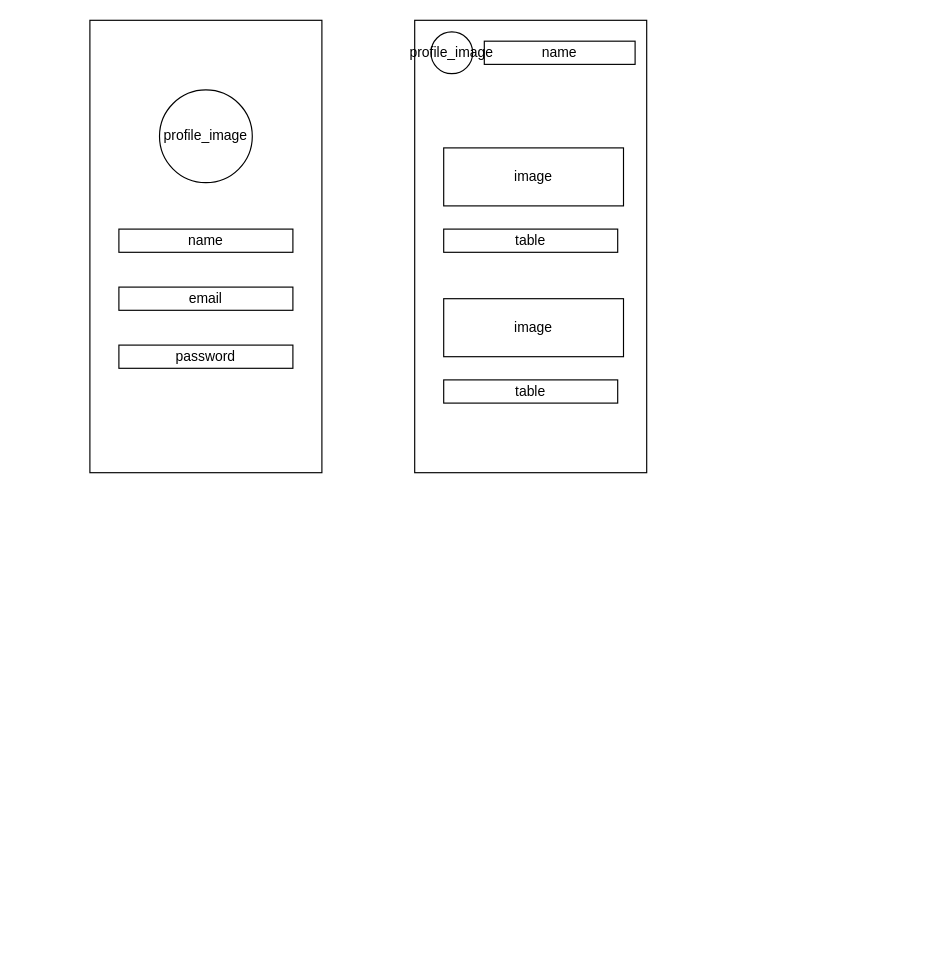
The draw.io diagram 画面遷移図.drawio in 3582/Swift_portfolio, before the edit. Source tidied: cells renumbered, new cells numbered last; positions are measured from the earlier drawing's top-left corner, leaving out a move shared by most shapes. Both pictures are drawn from the tidied source at 116%, with x=0, y=0 at pixel (89, 20).
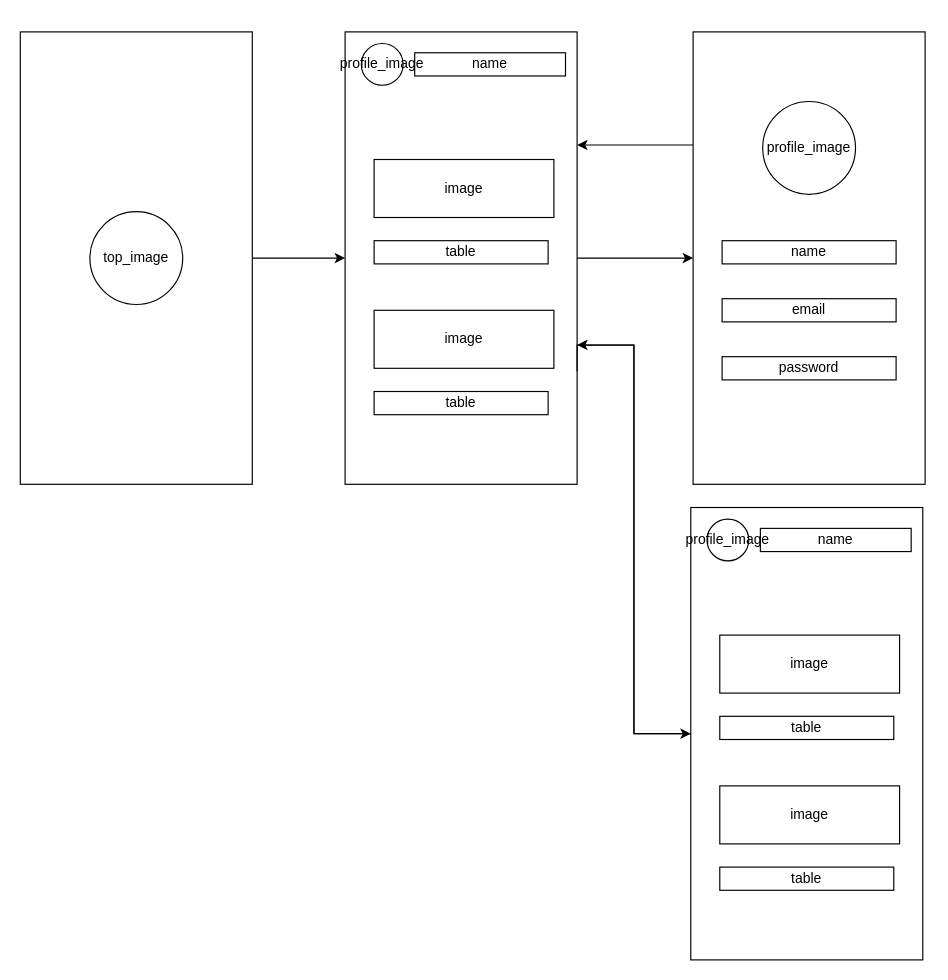
The same diagram, later.

Commit message:
画面遷移図.drawio を更新します

The change refers to these unchanged cells:
```xml
<mxCell id="3" style="rounded=0;whiteSpace=wrap;html=1;" parent="2" vertex="1">
  <mxGeometry width="200" height="390" as="geometry" />
</mxCell>
<mxCell id="9" style="rounded=0;whiteSpace=wrap;html=1;" parent="8" vertex="1">
  <mxGeometry width="200" height="390" as="geometry" />
</mxCell>
```

Change to the diagram source:
```diff
@@
     <mxCell id="2" style="group;" parent="1" vertex="1">
-      <mxGeometry width="200" height="390" as="geometry" />
+      <mxGeometry x="520" y="10" width="200" height="390" as="geometry" />
     </mxCell>
@@
     <mxCell id="8" style="group;" parent="1" vertex="1">
-      <mxGeometry x="280" width="204" height="390" as="geometry" />
+      <mxGeometry x="220" y="10" width="204" height="390" as="geometry" />
     </mxCell>
@@
+    <mxCell id="16" style="group;" parent="1" vertex="1">
+      <mxGeometry x="518" y="420" width="204" height="390" as="geometry" />
+    </mxCell>
+    <mxCell id="17" style="rounded=0;whiteSpace=wrap;html=1;" parent="16" vertex="1">
+      <mxGeometry width="200" height="390" as="geometry" />
+    </mxCell>
+    <mxCell id="18" value="profile_image" style="ellipse;whiteSpace=wrap;html=1;" parent="16" vertex="1">
+      <mxGeometry x="14" y="10" width="36" height="36" as="geometry" />
+    </mxCell>
+    <mxCell id="19" value="table" style="text;html=1;fillColor=none;align=center;verticalAlign=middle;whiteSpace=wrap;rounded=0;strokeColor=#000000;" parent="16" vertex="1">
+      <mxGeometry x="25" y="180" width="150" height="20" as="geometry" />
+    </mxCell>
+    <mxCell id="20" value="image" style="text;html=1;fillColor=none;align=center;verticalAlign=middle;whiteSpace=wrap;rounded=0;strokeColor=#000000;" parent="16" vertex="1">
+      <mxGeometry x="25" y="110" width="155" height="50" as="geometry" />
+    </mxCell>
+    <mxCell id="21" value="table" style="text;html=1;fillColor=none;align=center;verticalAlign=middle;whiteSpace=wrap;rounded=0;strokeColor=#000000;" parent="16" vertex="1">
+      <mxGeometry x="25" y="310" width="150" height="20" as="geometry" />
+    </mxCell>
+    <mxCell id="22" value="image" style="text;html=1;fillColor=none;align=center;verticalAlign=middle;whiteSpace=wrap;rounded=0;strokeColor=#000000;" parent="16" vertex="1">
+      <mxGeometry x="25" y="240" width="155" height="50" as="geometry" />
+    </mxCell>
+    <mxCell id="23" value="name" style="text;html=1;fillColor=none;align=center;verticalAlign=middle;whiteSpace=wrap;rounded=0;strokeColor=#000000;" parent="16" vertex="1">
+      <mxGeometry x="60" y="18" width="130" height="20" as="geometry" />
+    </mxCell>
+    <mxCell id="24" style="edgeStyle=orthogonalEdgeStyle;rounded=0;jettySize=auto;html=1;entryX=0;entryY=0.5;entryDx=0;entryDy=0;" parent="1" edge="1" source="9" target="3">
+      <mxGeometry relative="1" as="geometry" />
+    </mxCell>
+    <mxCell id="25" style="group;" parent="1" vertex="1">
+      <mxGeometry x="-60" y="10" width="200" height="390" as="geometry" />
+    </mxCell>
+    <mxCell id="26" style="rounded=0;whiteSpace=wrap;html=1;" parent="25" vertex="1">
+      <mxGeometry width="200" height="390" as="geometry" />
+    </mxCell>
+    <mxCell id="27" value="top_image" style="ellipse;whiteSpace=wrap;html=1;" parent="25" vertex="1">
+      <mxGeometry x="60" y="155" width="80" height="80" as="geometry" />
+    </mxCell>
+    <mxCell id="28" style="edgeStyle=orthogonalEdgeStyle;rounded=0;jettySize=auto;html=1;entryX=0;entryY=0.5;entryDx=0;entryDy=0;" parent="1" edge="1" source="26" target="9">
+      <mxGeometry relative="1" as="geometry" />
+    </mxCell>
+    <mxCell id="29" style="edgeStyle=orthogonalEdgeStyle;rounded=0;jettySize=auto;html=1;exitX=0;exitY=0.25;exitDx=0;exitDy=0;entryX=1;entryY=0.25;entryDx=0;entryDy=0;" parent="1" edge="1" source="3" target="9">
+      <mxGeometry relative="1" as="geometry" />
+    </mxCell>
+    <mxCell id="30" style="edgeStyle=orthogonalEdgeStyle;rounded=0;jettySize=auto;html=1;entryX=1;entryY=0.692;entryDx=0;entryDy=0;entryPerimeter=0;" parent="1" edge="1" source="17" target="9">
+      <mxGeometry relative="1" as="geometry" />
+    </mxCell>
+    <mxCell id="31" style="edgeStyle=orthogonalEdgeStyle;rounded=0;jettySize=auto;html=1;exitX=1;exitY=0.75;exitDx=0;exitDy=0;entryX=0;entryY=0.5;entryDx=0;entryDy=0;strokeColor=#000000;" parent="1" edge="1" source="9" target="17">
+      <mxGeometry relative="1" as="geometry">
+        <Array as="points">
+          <mxPoint x="420" y="280" />
+          <mxPoint x="469" y="280" />
+          <mxPoint x="469" y="615" />
+        </Array>
+      </mxGeometry>
+    </mxCell>
```
